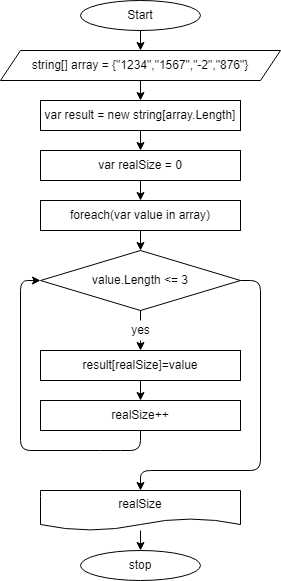
This is Scheme.drawio.png from 06Sergey06/Control-work, a draw.io export, as it was before one commit. Source tidied: cells renumbered, new cells last; positions are measured from the earlier drawing's top-left corner, leaving out a move shared by most shapes.
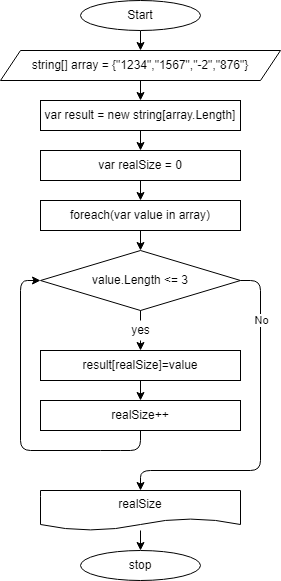
The same file after the commit.

Commit message:
Block diagram 2

Diff of the diagram source:
```diff
@@ -46,6 +46,9 @@
         </Array>
       </mxGeometry>
     </mxCell>
+    <mxCell id="24" value="No" style="edgeLabel;html=1;align=center;verticalAlign=middle;" parent="13" vertex="1">
+      <mxGeometry x="-0.66" relative="1" as="geometry" />
+    </mxCell>
     <mxCell id="14" value="value.Length &amp;lt;= 3" style="rhombus;whiteSpace=wrap;html=1;" parent="1" vertex="1">
       <mxGeometry x="40" y="250" width="200" height="60" as="geometry" />
     </mxCell>
```
